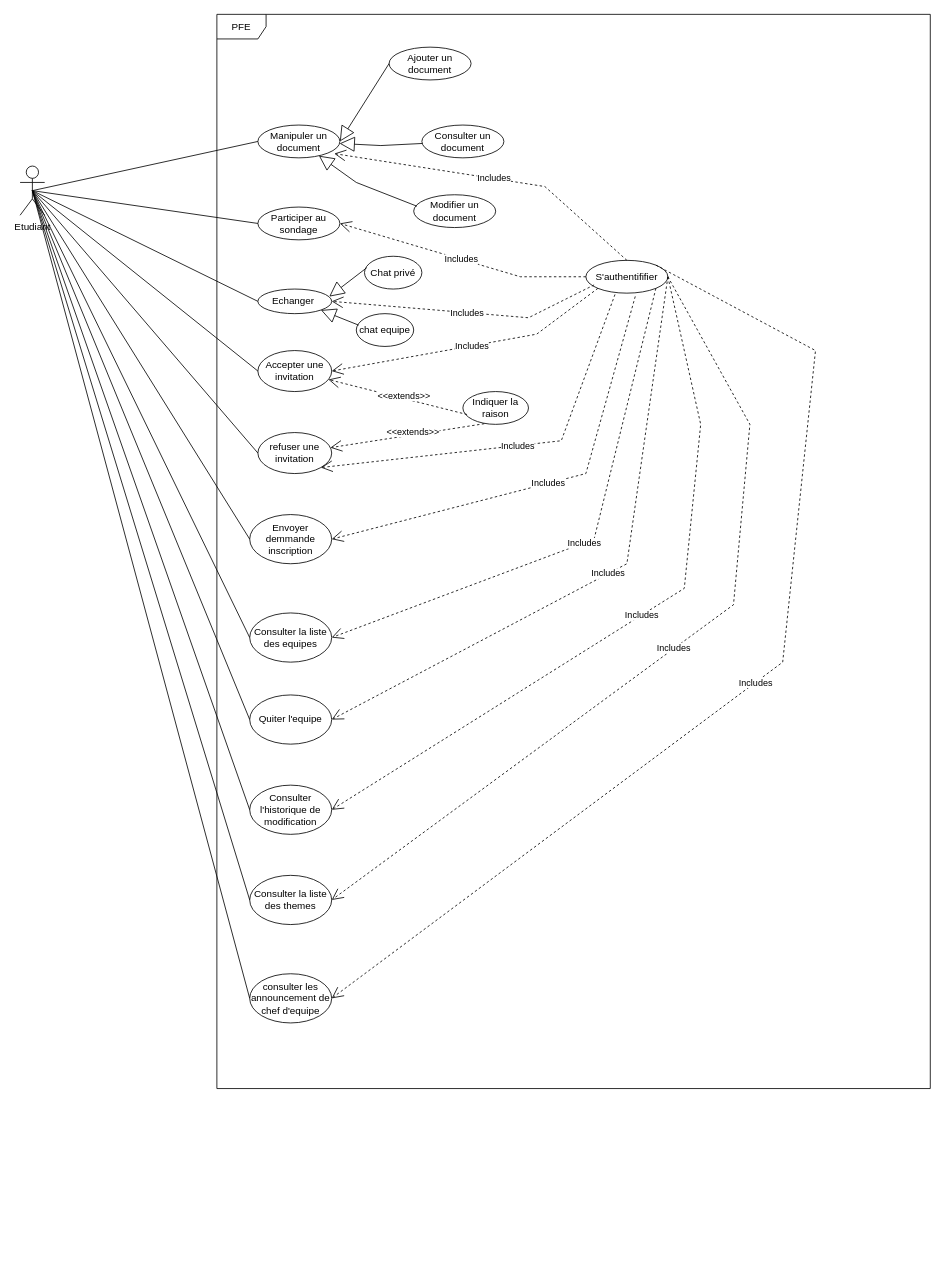
Before: diagrams/useCasesEtudiant.drawio in stormsidali2001/PFE_third_year_school_project_front, a draw.io diagram. Source tidied: cells renumbered, new cells numbered last; positions are measured from the earlier drawing's top-left corner, leaving out a move shared by most shapes. Both pictures are drawn from the tidied source at 82%, with x=0, y=0 at pixel (20, 14).
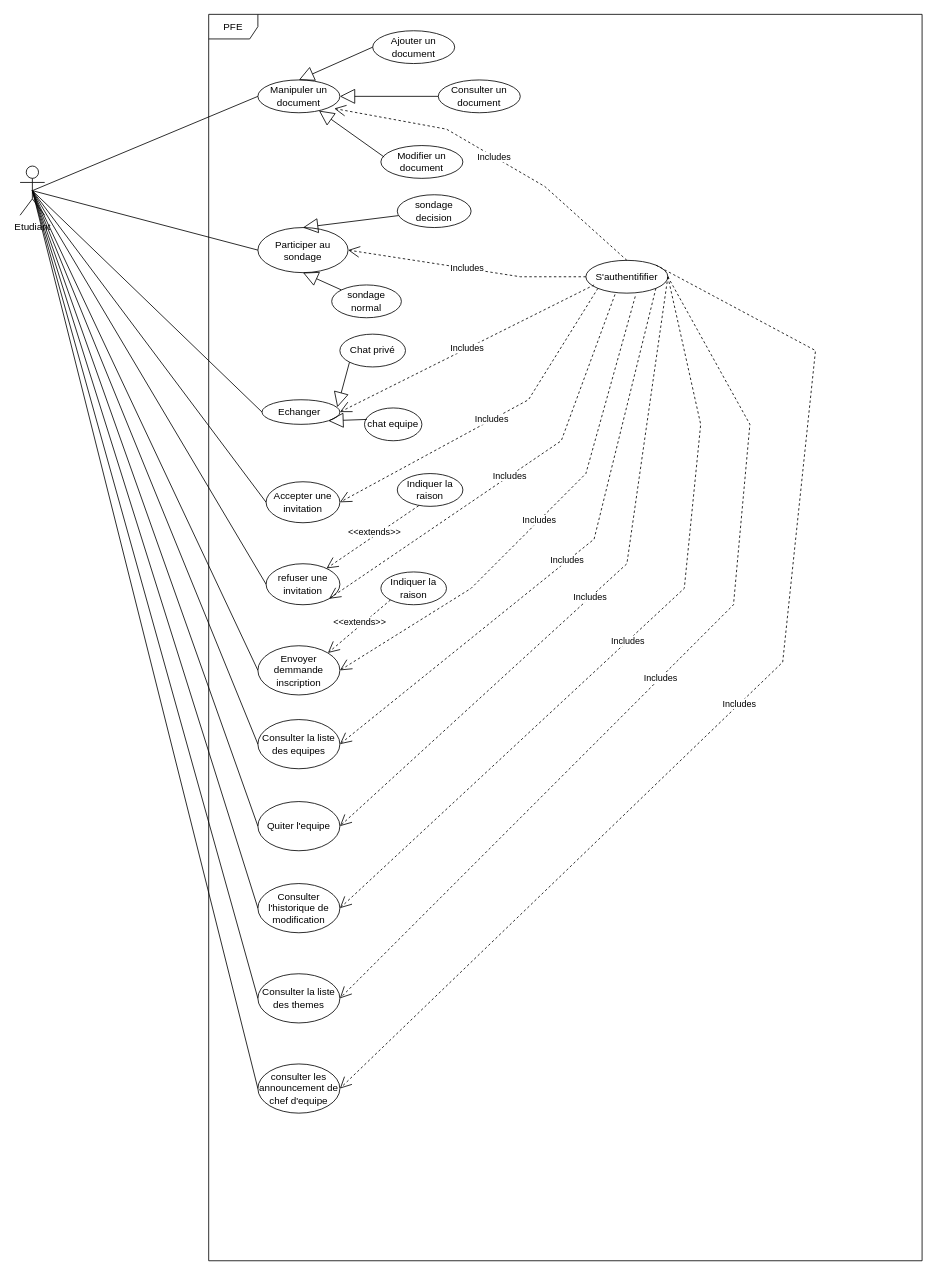
The same page after the edit.

Unchanged cells that the change refers to:
```xml
<mxCell id="4" value="S'authentififier" style="ellipse;whiteSpace=wrap;html=1;" parent="1" vertex="1">
  <mxGeometry x="690" y="300" width="100" height="40" as="geometry" />
</mxCell>
```

What changed in the source:
```diff
@@
     <mxCell id="2" value="PFE" style="shape=umlFrame;whiteSpace=wrap;html=1;" parent="1" vertex="1">
-      <mxGeometry x="240" width="870" height="1310" as="geometry" />
+      <mxGeometry x="230" width="870" height="1520" as="geometry" />
     </mxCell>
@@
     <mxCell id="5" value="Ajouter un document" style="ellipse;whiteSpace=wrap;html=1;" parent="1" vertex="1">
-      <mxGeometry x="450" y="40" width="100" height="40" as="geometry" />
+      <mxGeometry x="430" y="20" width="100" height="40" as="geometry" />
     </mxCell>
     <mxCell id="6" value="Consulter un document" style="ellipse;whiteSpace=wrap;html=1;" parent="1" vertex="1">
-      <mxGeometry x="490" y="135" width="100" height="40" as="geometry" />
+      <mxGeometry x="510" y="80" width="100" height="40" as="geometry" />
     </mxCell>
+    <mxCell id="51" style="edgeStyle=orthogonalEdgeStyle;rounded=0;jettySize=auto;html=1;exitX=1;exitY=0;exitDx=0;exitDy=0;entryX=0.31;entryY=0.116;entryDx=0;entryDy=0;entryPerimeter=0;" parent="1" edge="1" source="7" target="2">
+      <mxGeometry relative="1" as="geometry" />
+    </mxCell>
     <mxCell id="7" value="Modifier un document" style="ellipse;whiteSpace=wrap;html=1;" parent="1" vertex="1">
-      <mxGeometry x="480" y="220" width="100" height="40" as="geometry" />
+      <mxGeometry x="440" y="160" width="100" height="40" as="geometry" />
     </mxCell>
     <mxCell id="8" value="Manipuler un document" style="ellipse;whiteSpace=wrap;html=1;" parent="1" vertex="1">
-      <mxGeometry x="290" y="135" width="100" height="40" as="geometry" />
+      <mxGeometry x="290" y="80" width="100" height="40" as="geometry" />
     </mxCell>
-    <mxCell id="9" style="endArrow=block;endSize=16;endFill=0;html=1;rounded=0;" parent="1" edge="1" source="6" target="8">
-      <mxGeometry relative="1" as="geometry">
-        <Array as="points">
-          <mxPoint x="440" y="160" />
-        </Array>
-      </mxGeometry>
+    <mxCell id="9" style="endArrow=block;endSize=16;endFill=0;html=1;rounded=0;entryX=1;entryY=0.5;entryDx=0;entryDy=0;" parent="1" edge="1" source="6" target="8">
+      <mxGeometry relative="1" as="geometry" />
     </mxCell>
     <mxCell id="10" style="endArrow=block;endSize=16;endFill=0;html=1;rounded=0;exitX=0.04;exitY=0.35;exitDx=0;exitDy=0;exitPerimeter=0;" parent="1" edge="1" source="7" target="8">
-      <mxGeometry x="-0.01" y="1" relative="1" as="geometry">
-        <Array as="points">
-          <mxPoint x="410" y="205" />
-        </Array>
-      </mxGeometry>
+      <mxGeometry x="-0.01" y="1" relative="1" as="geometry" />
     </mxCell>
-    <mxCell id="11" style="endArrow=block;endSize=16;endFill=0;html=1;rounded=0;entryX=1;entryY=0.5;entryDx=0;entryDy=0;exitX=0;exitY=0.5;exitDx=0;exitDy=0;" parent="1" edge="1" source="5" target="8">
+    <mxCell id="11" style="endArrow=block;endSize=16;endFill=0;html=1;rounded=0;entryX=0.5;entryY=0;entryDx=0;entryDy=0;exitX=0;exitY=0.5;exitDx=0;exitDy=0;" parent="1" edge="1" source="5" target="8">
       <mxGeometry x="-0.32" y="3" relative="1" as="geometry" />
     </mxCell>
     <mxCell id="12" value="Includes" style="endArrow=open;endSize=12;dashed=1;html=1;rounded=0;exitX=0.5;exitY=0;exitDx=0;exitDy=0;entryX=0.931;entryY=0.871;entryDx=0;entryDy=0;entryPerimeter=0;" parent="1" edge="1" source="4" target="8">
       <mxGeometry relative="1" as="geometry">
         <Array as="points">
           <mxPoint x="640" y="210" />
+          <mxPoint x="520" y="140" />
         </Array>
       </mxGeometry>
     </mxCell>
     <mxCell id="13" value="Participer au sondage" style="ellipse;whiteSpace=wrap;html=1;" parent="1" vertex="1">
-      <mxGeometry x="290" y="235" width="100" height="40" as="geometry" />
+      <mxGeometry x="290" y="260" width="110" height="55" as="geometry" />
     </mxCell>
     <mxCell id="14" value="Echanger&amp;nbsp;" style="ellipse;whiteSpace=wrap;html=1;" parent="1" vertex="1">
-      <mxGeometry x="290" y="335" width="90" height="30" as="geometry" />
+      <mxGeometry x="295" y="470" width="95" height="30" as="geometry" />
     </mxCell>
     <mxCell id="15" value="&lt;div&gt;&lt;span&gt;Chat privé&lt;/span&gt;&lt;/div&gt;" style="ellipse;whiteSpace=wrap;html=1;" parent="1" vertex="1">
-      <mxGeometry x="420" y="295" width="70" height="40" as="geometry" />
+      <mxGeometry x="390" y="390" width="80" height="40" as="geometry" />
     </mxCell>
-    <mxCell id="16" style="endArrow=block;endSize=16;endFill=0;html=1;rounded=0;exitX=0.04;exitY=0.35;exitDx=0;exitDy=0;exitPerimeter=0;entryX=0.967;entryY=0.306;entryDx=0;entryDy=0;entryPerimeter=0;" parent="1" edge="1" source="15" target="14">
+    <mxCell id="16" style="endArrow=block;endSize=16;endFill=0;html=1;rounded=0;exitX=0;exitY=1;exitDx=0;exitDy=0;entryX=0.967;entryY=0.306;entryDx=0;entryDy=0;entryPerimeter=0;" parent="1" edge="1" source="15" target="14">
       <mxGeometry relative="1" as="geometry" />
     </mxCell>
     <mxCell id="17" value="&lt;div&gt;&lt;span&gt;chat equipe&lt;/span&gt;&lt;/div&gt;" style="ellipse;whiteSpace=wrap;html=1;" parent="1" vertex="1">
-      <mxGeometry x="410" y="365" width="70" height="40" as="geometry" />
+      <mxGeometry x="420" y="480" width="70" height="40" as="geometry" />
     </mxCell>
@@
     <mxCell id="19" value="Accepter une invitation" style="ellipse;whiteSpace=wrap;html=1;" parent="1" vertex="1">
-      <mxGeometry x="290" y="410" width="90" height="50" as="geometry" />
+      <mxGeometry x="300" y="570" width="90" height="50" as="geometry" />
     </mxCell>
     <mxCell id="20" value="refuser une invitation" style="ellipse;whiteSpace=wrap;html=1;" parent="1" vertex="1">
-      <mxGeometry x="290" y="510" width="90" height="50" as="geometry" />
+      <mxGeometry x="300" y="670" width="90" height="50" as="geometry" />
     </mxCell>
     <mxCell id="21" value="Indiquer la raison" style="ellipse;whiteSpace=wrap;html=1;" parent="1" vertex="1">
-      <mxGeometry x="540" y="460" width="80" height="40" as="geometry" />
+      <mxGeometry x="460" y="560" width="80" height="40" as="geometry" />
     </mxCell>
-    <mxCell id="22" value="&amp;lt;&amp;lt;extends&amp;gt;&amp;gt;" style="endArrow=open;endSize=12;dashed=1;html=1;rounded=0;exitX=0.063;exitY=0.7;exitDx=0;exitDy=0;exitPerimeter=0;" parent="1" edge="1" source="21" target="19">
-      <mxGeometry x="-0.08" y="-4" relative="1" as="geometry" />
-    </mxCell>
@@
     <mxCell id="24" value="Envoyer demmande&lt;br&gt;inscription" style="ellipse;whiteSpace=wrap;html=1;" parent="1" vertex="1">
-      <mxGeometry x="280" y="610" width="100" height="60" as="geometry" />
+      <mxGeometry x="290" y="770" width="100" height="60" as="geometry" />
     </mxCell>
     <mxCell id="25" value="Consulter la liste des equipes" style="ellipse;whiteSpace=wrap;html=1;" parent="1" vertex="1">
-      <mxGeometry x="280" y="730" width="100" height="60" as="geometry" />
+      <mxGeometry x="290" y="860" width="100" height="60" as="geometry" />
     </mxCell>
     <mxCell id="26" value="Quiter l'equipe" style="ellipse;whiteSpace=wrap;html=1;" parent="1" vertex="1">
-      <mxGeometry x="280" y="830" width="100" height="60" as="geometry" />
+      <mxGeometry x="290" y="960" width="100" height="60" as="geometry" />
     </mxCell>
     <mxCell id="27" value="Consulter l'historique de modification" style="ellipse;whiteSpace=wrap;html=1;" parent="1" vertex="1">
-      <mxGeometry x="280" y="940" width="100" height="60" as="geometry" />
+      <mxGeometry x="290" y="1060" width="100" height="60" as="geometry" />
     </mxCell>
@@
     <mxCell id="39" value="Includes" style="endArrow=open;endSize=12;dashed=1;html=1;rounded=0;exitX=0;exitY=1;exitDx=0;exitDy=0;entryX=1;entryY=0.5;entryDx=0;entryDy=0;" parent="1" edge="1" source="4" target="19">
       <mxGeometry relative="1" as="geometry">
         <Array as="points">
-          <mxPoint x="630" y="390" />
+          <mxPoint x="620" y="470" />
         </Array>
       </mxGeometry>
     </mxCell>
@@
     <mxCell id="41" value="Includes" style="endArrow=open;endSize=12;dashed=1;html=1;rounded=0;exitX=0.602;exitY=1.099;exitDx=0;exitDy=0;entryX=1;entryY=0.5;entryDx=0;entryDy=0;exitPerimeter=0;" parent="1" edge="1" source="4" target="24">
       <mxGeometry relative="1" as="geometry">
         <Array as="points">
           <mxPoint x="690" y="560" />
+          <mxPoint x="550" y="700" />
         </Array>
       </mxGeometry>
     </mxCell>
@@
     <mxCell id="45" value="Consulter la liste des themes" style="ellipse;whiteSpace=wrap;html=1;" parent="1" vertex="1">
-      <mxGeometry x="280" y="1050" width="100" height="60" as="geometry" />
+      <mxGeometry x="290" y="1170" width="100" height="60" as="geometry" />
     </mxCell>
     <mxCell id="46" value="consulter les announcement de chef d'equipe" style="ellipse;whiteSpace=wrap;html=1;" parent="1" vertex="1">
-      <mxGeometry x="280" y="1170" width="100" height="60" as="geometry" />
+      <mxGeometry x="290" y="1280" width="100" height="60" as="geometry" />
     </mxCell>
@@
+    <mxCell id="52" style="endArrow=block;endSize=16;endFill=0;html=1;rounded=0;startArrow=none;entryX=0.5;entryY=1;entryDx=0;entryDy=0;" parent="1" edge="1" source="53" target="13">
+      <mxGeometry x="-0.01" y="1" relative="1" as="geometry" />
+    </mxCell>
+    <mxCell id="53" value="sondage normal" style="ellipse;whiteSpace=wrap;html=1;" parent="1" vertex="1">
+      <mxGeometry x="380" y="330" width="85" height="40" as="geometry" />
+    </mxCell>
+    <mxCell id="54" style="endArrow=block;endSize=16;endFill=0;html=1;rounded=0;startArrow=none;entryX=0.5;entryY=0;entryDx=0;entryDy=0;" parent="1" edge="1" source="55" target="13">
+      <mxGeometry x="-0.01" y="1" relative="1" as="geometry" />
+    </mxCell>
+    <mxCell id="55" value="sondage decision" style="ellipse;whiteSpace=wrap;html=1;" parent="1" vertex="1">
+      <mxGeometry x="460" y="220" width="90" height="40" as="geometry" />
+    </mxCell>
+    <mxCell id="56" value="Indiquer la raison" style="ellipse;whiteSpace=wrap;html=1;" parent="1" vertex="1">
+      <mxGeometry x="440" y="680" width="80" height="40" as="geometry" />
+    </mxCell>
+    <mxCell id="22" value="&amp;lt;&amp;lt;extends&amp;gt;&amp;gt;" style="endArrow=open;endSize=12;dashed=1;html=1;rounded=0;exitX=0;exitY=1;exitDx=0;exitDy=0;entryX=1;entryY=0;entryDx=0;entryDy=0;" parent="1" edge="1" source="56" target="24">
+      <mxGeometry x="-0.08" y="-4" relative="1" as="geometry" />
+    </mxCell>
```
